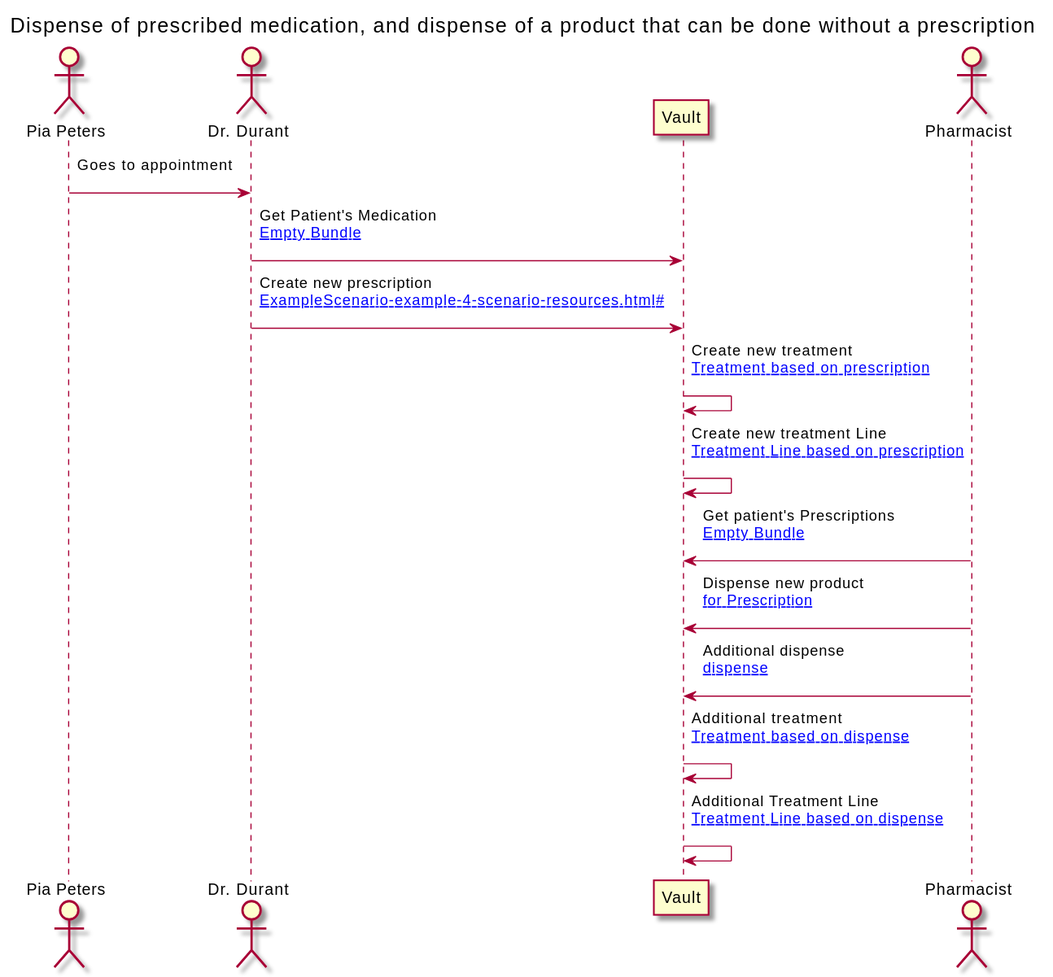
This is branches/master/ExampleScenario-example-4-scenario.svg from costateixeira/hl7-be-fhir-medication, a PlantUML export, as it was before one commit.
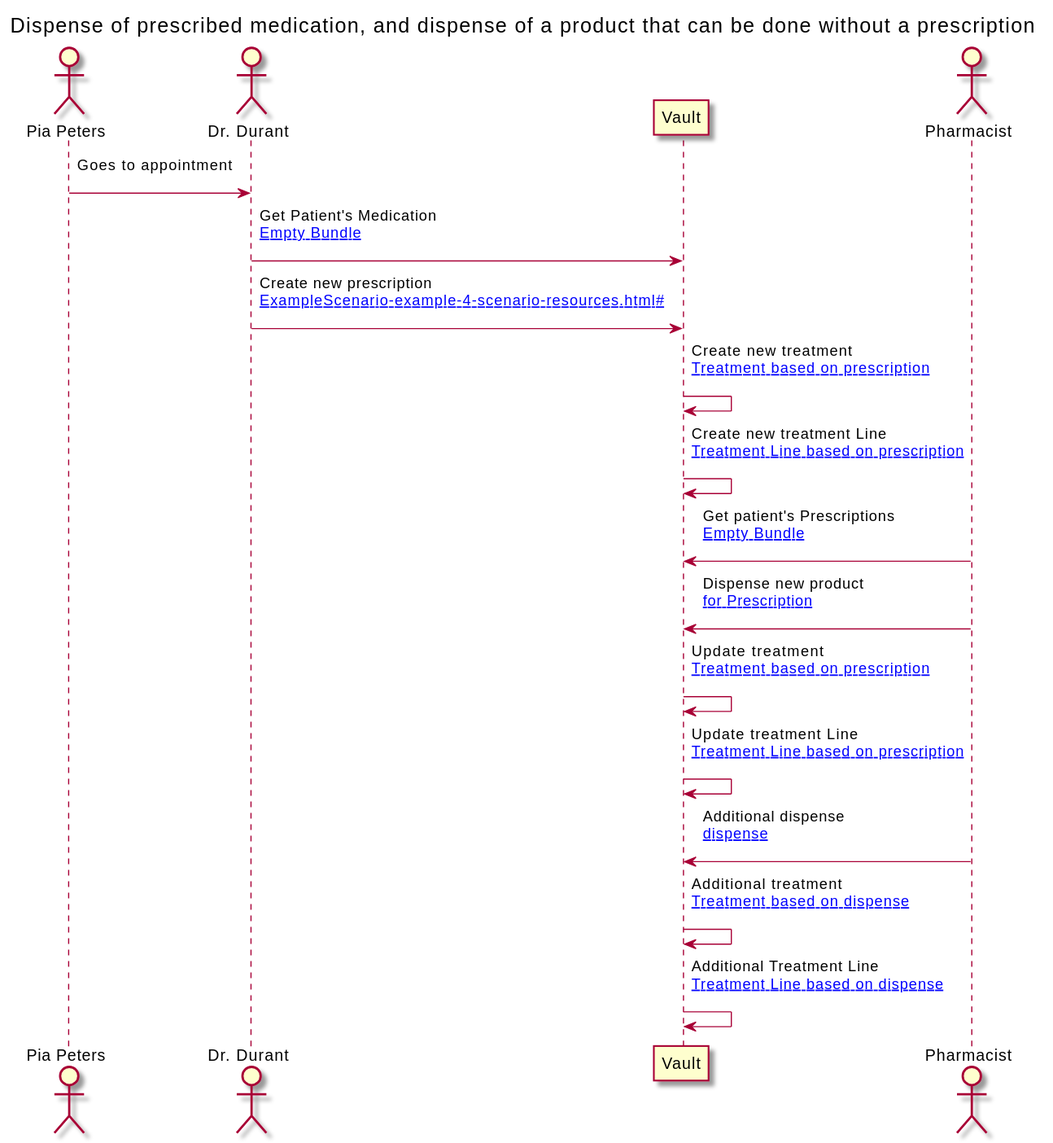
The same file after the commit.

The edit, as a diff of the source:
```diff
@@ -19,6 +19,8 @@
     VAULT-> VAULT : Create new treatment Line\n[[ExampleScenario-example-4-scenario-resources.html#New Treatment Line based on prescription]]\n
     PHARM-> VAULT : Get patient's Prescriptions\n[[ExampleScenario-example-4-scenario-resources.html#EB Empty Bundle]]\n
     PHARM-> VAULT : Dispense new product\n[[ExampleScenario-example-4-scenario-resources.html#Dispense for Prescription]]\n
+    VAULT-> VAULT : Update treatment\n[[ExampleScenario-example-4-scenario-resources.html#New Treatment based on prescription]]\n
+    VAULT-> VAULT : Update treatment Line\n[[ExampleScenario-example-4-scenario-resources.html#New Treatment Line based on prescription]]\n
     PHARM-> VAULT : Additional dispense\n[[ExampleScenario-example-4-scenario-resources.html#Isolated dispense]]\n
     VAULT-> VAULT : Additional treatment\n[[ExampleScenario-example-4-scenario-resources.html#New Treatment based on dispense]]\n
     VAULT-> VAULT : Additional Treatment Line\n[[ExampleScenario-example-4-scenario-resources.html#New Treatment Line based on dispense]]\n
```
